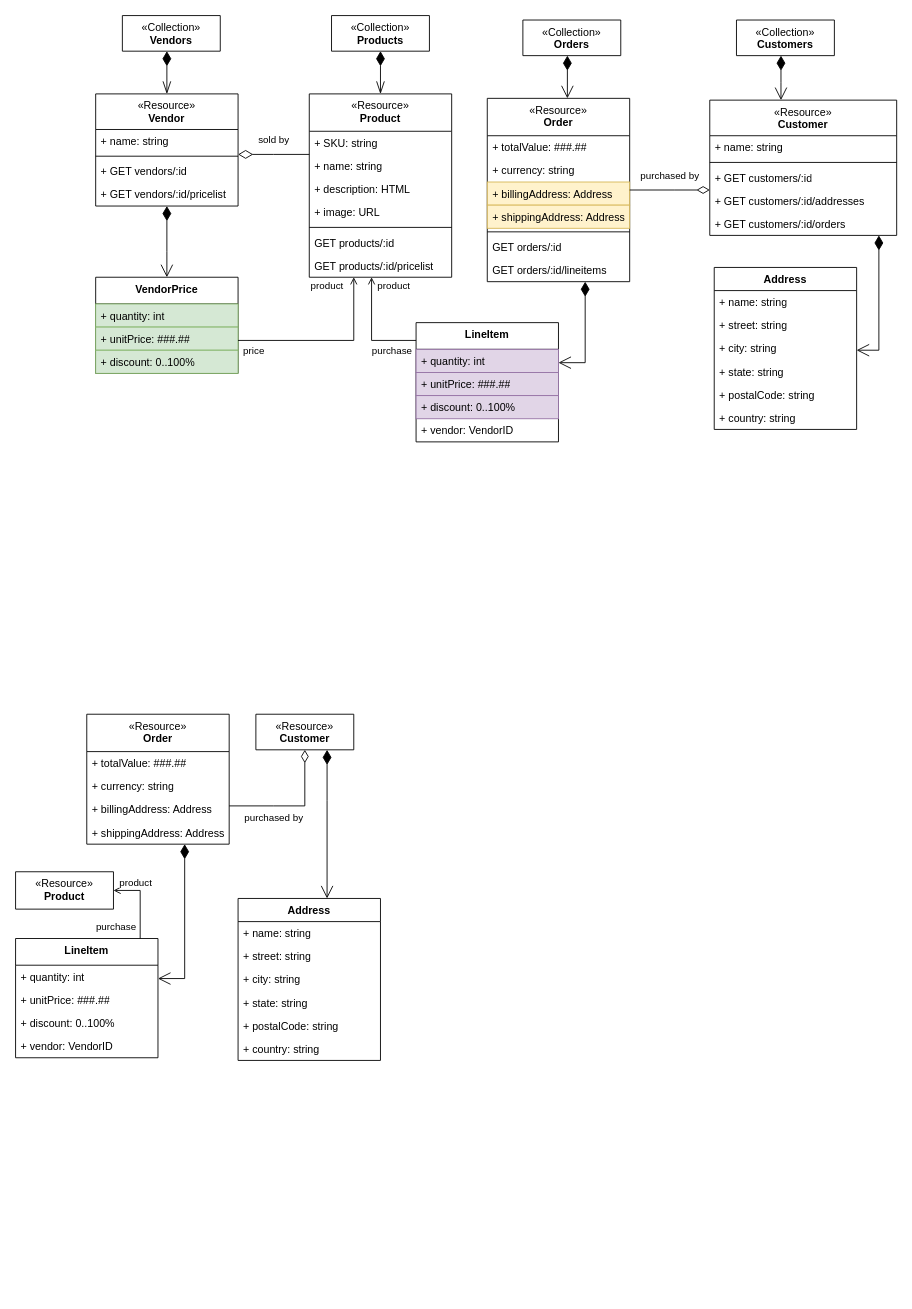
The draw.io diagram Untitled Diagram.drawio in kubiak-calpoly/csc307-team-project, before the edit. Source tidied: cells renumbered, new cells numbered last; positions are measured from the earlier drawing's top-left corner, leaving out a move shared by most shapes. Both pictures are drawn from the tidied source at 89%, with x=0, y=0 at pixel (15, 15).
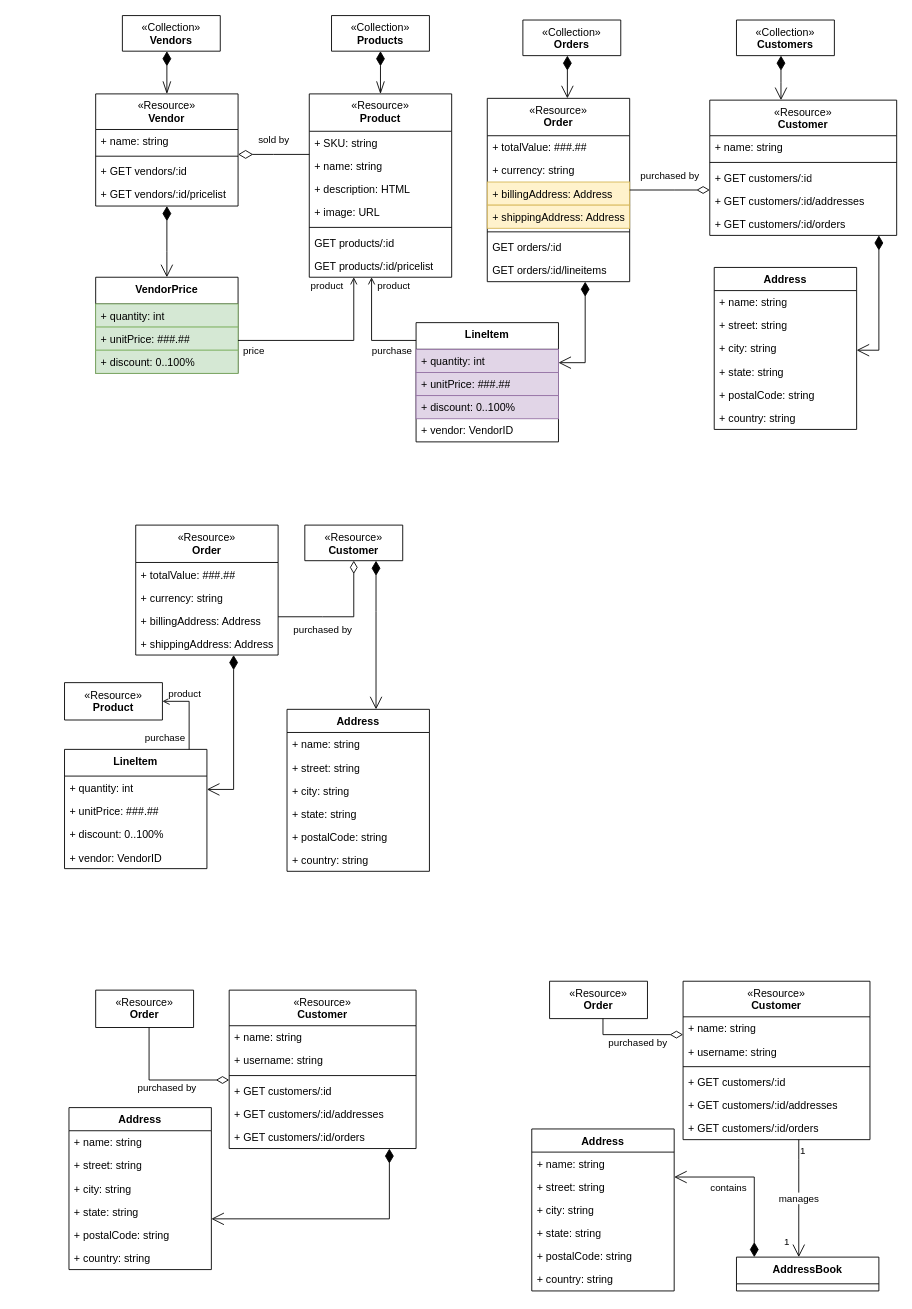
The same diagram, later.

Diff of the diagram source:
```diff
@@
     <mxCell id="64" value="&lt;span style=&quot;font-weight: normal;&quot;&gt;«Resource»&lt;br style=&quot;border-color: var(--border-color);&quot;&gt;&lt;/span&gt;Order" style="swimlane;fontStyle=1;align=center;verticalAlign=top;horizontal=1;startSize=42;whiteSpace=wrap;html=1;" parent="1" vertex="1">
-      <mxGeometry x="80" y="785" width="160" height="146" as="geometry" />
+      <mxGeometry x="135" y="572.5" width="160" height="146" as="geometry" />
     </mxCell>
@@
     <mxCell id="69" value="&lt;span style=&quot;font-weight: normal;&quot;&gt;«Resource»&lt;br style=&quot;border-color: var(--border-color);&quot;&gt;&lt;/span&gt;Customer" style="swimlane;fontStyle=1;align=center;verticalAlign=top;horizontal=1;startSize=40;whiteSpace=wrap;html=1;" parent="1" vertex="1" collapsed="1">
-      <mxGeometry x="270" y="785" width="110" height="40" as="geometry" />
+      <mxGeometry x="325" y="572.5" width="110" height="40" as="geometry" />
     </mxCell>
     <mxCell id="70" value="purchased by" style="endArrow=diamondThin;html=1;endSize=12;startArrow=none;startSize=14;startFill=0;edgeStyle=orthogonalEdgeStyle;rounded=0;endFill=0;" parent="1" edge="1" source="64" target="69">
       <mxGeometry x="-0.32" y="-14" relative="1" as="geometry">
         <Array as="points">
-          <mxPoint x="290" y="888" />
-          <mxPoint x="290" y="888" />
+          <mxPoint x="345" y="675.5" />
+          <mxPoint x="345" y="675.5" />
         </Array>
       </mxGeometry>
     </mxCell>
     <mxCell id="71" value="LineItem" style="swimlane;fontStyle=1;align=center;verticalAlign=top;horizontal=1;startSize=30;whiteSpace=wrap;html=1;" parent="1" vertex="1">
-      <mxGeometry y="1037" width="160" height="134" as="geometry" />
+      <mxGeometry x="55" y="824.5" width="160" height="134" as="geometry" />
     </mxCell>
@@
     <mxCell id="76" style="endArrow=open;html=1;endSize=12;startArrow=diamondThin;startSize=14;startFill=1;edgeStyle=orthogonalEdgeStyle;rounded=0;endFill=0;" parent="1" edge="1" source="64" target="71">
       <mxGeometry x="0.3" y="24" relative="1" as="geometry">
         <Array as="points">
-          <mxPoint x="190" y="1082" />
+          <mxPoint x="245" y="869.5" />
         </Array>
         <mxPoint x="-4" y="-13" as="offset" />
       </mxGeometry>
     </mxCell>
     <mxCell id="77" value="Address" style="swimlane;fontStyle=1;align=center;verticalAlign=top;horizontal=1;startSize=26;whiteSpace=wrap;html=1;" parent="1" vertex="1">
-      <mxGeometry x="250" y="992" width="160" height="182" as="geometry" />
+      <mxGeometry x="305" y="779.5" width="160" height="182" as="geometry" />
     </mxCell>
@@
     <mxCell id="84" value="&lt;span style=&quot;font-weight: normal;&quot;&gt;«Resource»&lt;br style=&quot;border-color: var(--border-color);&quot;&gt;&lt;/span&gt;Product" style="swimlane;fontStyle=1;align=center;verticalAlign=top;horizontal=1;startSize=42;whiteSpace=wrap;html=1;" parent="1" vertex="1" collapsed="1">
-      <mxGeometry y="962" width="110" height="42" as="geometry" />
+      <mxGeometry x="55" y="749.5" width="110" height="42" as="geometry" />
     </mxCell>
     <mxCell id="85" style="endArrow=none;html=1;edgeStyle=orthogonalEdgeStyle;rounded=0;startArrow=open;startFill=0;" parent="1" edge="1" source="84" target="71">
       <mxGeometry relative="1" as="geometry">
         <Array as="points">
-          <mxPoint x="140" y="983" />
+          <mxPoint x="195" y="770.5" />
         </Array>
       </mxGeometry>
     </mxCell>
@@
     <mxCell id="88" style="endArrow=open;html=1;endSize=12;startArrow=diamondThin;startSize=14;startFill=1;edgeStyle=orthogonalEdgeStyle;rounded=0;" parent="1" edge="1" source="69" target="77">
       <mxGeometry relative="1" as="geometry">
         <Array as="points">
-          <mxPoint x="350" y="882" />
-          <mxPoint x="350" y="882" />
+          <mxPoint x="405" y="669.5" />
+          <mxPoint x="405" y="669.5" />
         </Array>
       </mxGeometry>
     </mxCell>
+    <mxCell id="89" value="&lt;span style=&quot;font-weight: normal;&quot;&gt;«Resource»&lt;br style=&quot;border-color: var(--border-color);&quot;&gt;&lt;/span&gt;Order" style="swimlane;fontStyle=1;align=center;verticalAlign=top;horizontal=1;startSize=42;whiteSpace=wrap;html=1;" parent="1" vertex="1" collapsed="1">
+      <mxGeometry x="90" y="1095" width="110" height="42" as="geometry" />
+    </mxCell>
+    <mxCell id="90" value="&lt;span style=&quot;font-weight: normal;&quot;&gt;«Resource»&lt;br style=&quot;border-color: var(--border-color);&quot;&gt;&lt;/span&gt;Customer" style="swimlane;fontStyle=1;align=center;verticalAlign=top;horizontal=1;startSize=40;whiteSpace=wrap;html=1;" parent="1" vertex="1">
+      <mxGeometry x="240" y="1095" width="210" height="178" as="geometry" />
+    </mxCell>
+    <mxCell id="91" value="+ name: string" style="text;strokeColor=none;fillColor=none;align=left;verticalAlign=top;spacingLeft=4;spacingRight=4;overflow=hidden;whiteSpace=wrap;html=1;" parent="90" vertex="1">
+      <mxGeometry y="40" width="210" height="26" as="geometry" />
+    </mxCell>
+    <mxCell id="92" value="+ username: string" style="text;strokeColor=none;fillColor=none;align=left;verticalAlign=top;spacingLeft=4;spacingRight=4;overflow=hidden;whiteSpace=wrap;html=1;" parent="90" vertex="1">
+      <mxGeometry y="66" width="210" height="26" as="geometry" />
+    </mxCell>
+    <mxCell id="93" style="line;strokeWidth=1;fillColor=none;align=left;verticalAlign=middle;spacingTop=-1;spacingLeft=3;spacingRight=3;labelPosition=right;strokeColor=inherit;" parent="90" vertex="1">
+      <mxGeometry y="92" width="210" height="8" as="geometry" />
+    </mxCell>
+    <mxCell id="94" value="+ GET customers/:id" style="text;strokeColor=none;fillColor=none;align=left;verticalAlign=top;spacingLeft=4;spacingRight=4;overflow=hidden;whiteSpace=wrap;html=1;" parent="90" vertex="1">
+      <mxGeometry y="100" width="210" height="26" as="geometry" />
+    </mxCell>
+    <mxCell id="95" value="+ GET customers/:id/addresses" style="text;strokeColor=none;fillColor=none;align=left;verticalAlign=top;spacingLeft=4;spacingRight=4;overflow=hidden;whiteSpace=wrap;html=1;" parent="90" vertex="1">
+      <mxGeometry y="126" width="210" height="26" as="geometry" />
+    </mxCell>
+    <mxCell id="96" value="+ GET customers/:id/orders" style="text;strokeColor=none;fillColor=none;align=left;verticalAlign=top;spacingLeft=4;spacingRight=4;overflow=hidden;whiteSpace=wrap;html=1;" parent="90" vertex="1">
+      <mxGeometry y="152" width="210" height="26" as="geometry" />
+    </mxCell>
+    <mxCell id="97" value="purchased by" style="endArrow=diamondThin;html=1;endSize=12;startArrow=none;startSize=14;startFill=0;edgeStyle=orthogonalEdgeStyle;rounded=0;endFill=0;" parent="1" edge="1" source="89" target="90">
+      <mxGeometry x="0.06" y="-9" relative="1" as="geometry">
+        <Array as="points">
+          <mxPoint x="150" y="1196" />
+        </Array>
+      </mxGeometry>
+    </mxCell>
+    <mxCell id="98" value="Address" style="swimlane;fontStyle=1;align=center;verticalAlign=top;horizontal=1;startSize=26;whiteSpace=wrap;html=1;" parent="1" vertex="1">
+      <mxGeometry x="60" y="1227" width="160" height="182" as="geometry" />
+    </mxCell>
+    <mxCell id="99" value="+ name: string" style="text;strokeColor=none;fillColor=none;align=left;verticalAlign=top;spacingLeft=4;spacingRight=4;overflow=hidden;whiteSpace=wrap;html=1;" parent="98" vertex="1">
+      <mxGeometry y="26" width="160" height="26" as="geometry" />
+    </mxCell>
+    <mxCell id="100" value="+ street: string" style="text;strokeColor=none;fillColor=none;align=left;verticalAlign=top;spacingLeft=4;spacingRight=4;overflow=hidden;whiteSpace=wrap;html=1;" parent="98" vertex="1">
+      <mxGeometry y="52" width="160" height="26" as="geometry" />
+    </mxCell>
+    <mxCell id="101" value="+ city: string" style="text;strokeColor=none;fillColor=none;align=left;verticalAlign=top;spacingLeft=4;spacingRight=4;overflow=hidden;whiteSpace=wrap;html=1;" parent="98" vertex="1">
+      <mxGeometry y="78" width="160" height="26" as="geometry" />
+    </mxCell>
+    <mxCell id="102" value="+ state: string" style="text;strokeColor=none;fillColor=none;align=left;verticalAlign=top;spacingLeft=4;spacingRight=4;overflow=hidden;whiteSpace=wrap;html=1;" parent="98" vertex="1">
+      <mxGeometry y="104" width="160" height="26" as="geometry" />
+    </mxCell>
+    <mxCell id="103" value="+ postalCode: string" style="text;strokeColor=none;fillColor=none;align=left;verticalAlign=top;spacingLeft=4;spacingRight=4;overflow=hidden;whiteSpace=wrap;html=1;" parent="98" vertex="1">
+      <mxGeometry y="130" width="160" height="26" as="geometry" />
+    </mxCell>
+    <mxCell id="104" value="+ country: string" style="text;strokeColor=none;fillColor=none;align=left;verticalAlign=top;spacingLeft=4;spacingRight=4;overflow=hidden;whiteSpace=wrap;html=1;" parent="98" vertex="1">
+      <mxGeometry y="156" width="160" height="26" as="geometry" />
+    </mxCell>
+    <mxCell id="105" style="endArrow=open;html=1;endSize=12;startArrow=diamondThin;startSize=14;startFill=1;edgeStyle=orthogonalEdgeStyle;rounded=0;" parent="1" edge="1" source="90" target="98">
+      <mxGeometry relative="1" as="geometry">
+        <Array as="points">
+          <mxPoint x="420" y="1352" />
+        </Array>
+      </mxGeometry>
+    </mxCell>
+    <mxCell id="106" value="&lt;span style=&quot;font-weight: normal;&quot;&gt;«Resource»&lt;br style=&quot;border-color: var(--border-color);&quot;&gt;&lt;/span&gt;Order" style="swimlane;fontStyle=1;align=center;verticalAlign=top;horizontal=1;startSize=42;whiteSpace=wrap;html=1;" parent="1" vertex="1" collapsed="1">
+      <mxGeometry x="600" y="1085" width="110" height="42" as="geometry" />
+    </mxCell>
+    <mxCell id="107" value="&lt;span style=&quot;font-weight: normal;&quot;&gt;«Resource»&lt;br style=&quot;border-color: var(--border-color);&quot;&gt;&lt;/span&gt;Customer" style="swimlane;fontStyle=1;align=center;verticalAlign=top;horizontal=1;startSize=40;whiteSpace=wrap;html=1;" parent="1" vertex="1">
+      <mxGeometry x="750" y="1085" width="210" height="178" as="geometry" />
+    </mxCell>
+    <mxCell id="108" value="+ name: string" style="text;strokeColor=none;fillColor=none;align=left;verticalAlign=top;spacingLeft=4;spacingRight=4;overflow=hidden;whiteSpace=wrap;html=1;" parent="107" vertex="1">
+      <mxGeometry y="40" width="210" height="26" as="geometry" />
+    </mxCell>
+    <mxCell id="109" value="+ username: string" style="text;strokeColor=none;fillColor=none;align=left;verticalAlign=top;spacingLeft=4;spacingRight=4;overflow=hidden;whiteSpace=wrap;html=1;" parent="107" vertex="1">
+      <mxGeometry y="66" width="210" height="26" as="geometry" />
+    </mxCell>
+    <mxCell id="110" style="line;strokeWidth=1;fillColor=none;align=left;verticalAlign=middle;spacingTop=-1;spacingLeft=3;spacingRight=3;labelPosition=right;strokeColor=inherit;" parent="107" vertex="1">
+      <mxGeometry y="92" width="210" height="8" as="geometry" />
+    </mxCell>
+    <mxCell id="111" value="+ GET customers/:id" style="text;strokeColor=none;fillColor=none;align=left;verticalAlign=top;spacingLeft=4;spacingRight=4;overflow=hidden;whiteSpace=wrap;html=1;" parent="107" vertex="1">
+      <mxGeometry y="100" width="210" height="26" as="geometry" />
+    </mxCell>
+    <mxCell id="112" value="+ GET customers/:id/addresses" style="text;strokeColor=none;fillColor=none;align=left;verticalAlign=top;spacingLeft=4;spacingRight=4;overflow=hidden;whiteSpace=wrap;html=1;" parent="107" vertex="1">
+      <mxGeometry y="126" width="210" height="26" as="geometry" />
+    </mxCell>
+    <mxCell id="113" value="+ GET customers/:id/orders" style="text;strokeColor=none;fillColor=none;align=left;verticalAlign=top;spacingLeft=4;spacingRight=4;overflow=hidden;whiteSpace=wrap;html=1;" parent="107" vertex="1">
+      <mxGeometry y="152" width="210" height="26" as="geometry" />
+    </mxCell>
+    <mxCell id="114" value="purchased by" style="endArrow=diamondThin;html=1;endSize=12;startArrow=none;startSize=14;startFill=0;edgeStyle=orthogonalEdgeStyle;rounded=0;endFill=0;" parent="1" edge="1" source="106" target="107">
+      <mxGeometry x="0.06" y="-9" relative="1" as="geometry">
+        <Array as="points">
+          <mxPoint x="660" y="1145" />
+        </Array>
+      </mxGeometry>
+    </mxCell>
+    <mxCell id="115" value="Address" style="swimlane;fontStyle=1;align=center;verticalAlign=top;horizontal=1;startSize=26;whiteSpace=wrap;html=1;" parent="1" vertex="1">
+      <mxGeometry x="580" y="1251" width="160" height="182" as="geometry" />
+    </mxCell>
+    <mxCell id="116" value="+ name: string" style="text;strokeColor=none;fillColor=none;align=left;verticalAlign=top;spacingLeft=4;spacingRight=4;overflow=hidden;whiteSpace=wrap;html=1;" parent="115" vertex="1">
+      <mxGeometry y="26" width="160" height="26" as="geometry" />
+    </mxCell>
+    <mxCell id="117" value="+ street: string" style="text;strokeColor=none;fillColor=none;align=left;verticalAlign=top;spacingLeft=4;spacingRight=4;overflow=hidden;whiteSpace=wrap;html=1;" parent="115" vertex="1">
+      <mxGeometry y="52" width="160" height="26" as="geometry" />
+    </mxCell>
+    <mxCell id="118" value="+ city: string" style="text;strokeColor=none;fillColor=none;align=left;verticalAlign=top;spacingLeft=4;spacingRight=4;overflow=hidden;whiteSpace=wrap;html=1;" parent="115" vertex="1">
+      <mxGeometry y="78" width="160" height="26" as="geometry" />
+    </mxCell>
+    <mxCell id="119" value="+ state: string" style="text;strokeColor=none;fillColor=none;align=left;verticalAlign=top;spacingLeft=4;spacingRight=4;overflow=hidden;whiteSpace=wrap;html=1;" parent="115" vertex="1">
+      <mxGeometry y="104" width="160" height="26" as="geometry" />
+    </mxCell>
+    <mxCell id="120" value="+ postalCode: string" style="text;strokeColor=none;fillColor=none;align=left;verticalAlign=top;spacingLeft=4;spacingRight=4;overflow=hidden;whiteSpace=wrap;html=1;" parent="115" vertex="1">
+      <mxGeometry y="130" width="160" height="26" as="geometry" />
+    </mxCell>
+    <mxCell id="121" value="+ country: string" style="text;strokeColor=none;fillColor=none;align=left;verticalAlign=top;spacingLeft=4;spacingRight=4;overflow=hidden;whiteSpace=wrap;html=1;" parent="115" vertex="1">
+      <mxGeometry y="156" width="160" height="26" as="geometry" />
+    </mxCell>
+    <mxCell id="122" value="AddressBook" style="swimlane;fontStyle=1;align=center;verticalAlign=top;horizontal=1;startSize=30;whiteSpace=wrap;html=1;" parent="1" vertex="1">
+      <mxGeometry x="810" y="1395" width="160" height="38" as="geometry" />
+    </mxCell>
+    <mxCell id="123" style="endArrow=open;html=1;endSize=12;startArrow=diamondThin;startSize=14;startFill=1;edgeStyle=orthogonalEdgeStyle;rounded=0;" parent="1" edge="1" source="122" target="115">
+      <mxGeometry relative="1" as="geometry">
+        <Array as="points">
+          <mxPoint x="830" y="1305" />
+        </Array>
+      </mxGeometry>
+    </mxCell>
+    <mxCell id="124" value="contains" style="edgeLabel;html=1;align=center;verticalAlign=middle;" parent="123" vertex="1">
+      <mxGeometry x="0.14" y="-2" relative="1" as="geometry">
+        <mxPoint x="-17" y="13" as="offset" />
+      </mxGeometry>
+    </mxCell>
+    <mxCell id="125" value="manages" style="endArrow=open;html=1;endSize=12;startArrow=none;startSize=14;startFill=0;edgeStyle=orthogonalEdgeStyle;rounded=0;" parent="1" edge="1" source="107" target="122">
+      <mxGeometry relative="1" as="geometry">
+        <Array as="points">
+          <mxPoint x="880" y="1285" />
+          <mxPoint x="880" y="1285" />
+        </Array>
+      </mxGeometry>
+    </mxCell>
+    <mxCell id="126" value="1" style="edgeLabel;html=1;align=left;verticalAlign=top;" parent="125" vertex="1">
+      <mxGeometry x="-1" relative="1" as="geometry" />
+    </mxCell>
+    <mxCell id="127" value="1" style="edgeLabel;html=1;align=right;verticalAlign=top;" parent="125" vertex="1">
+      <mxGeometry x="1" relative="1" as="geometry">
+        <mxPoint x="-10" y="-30" as="offset" />
+      </mxGeometry>
+    </mxCell>
```
